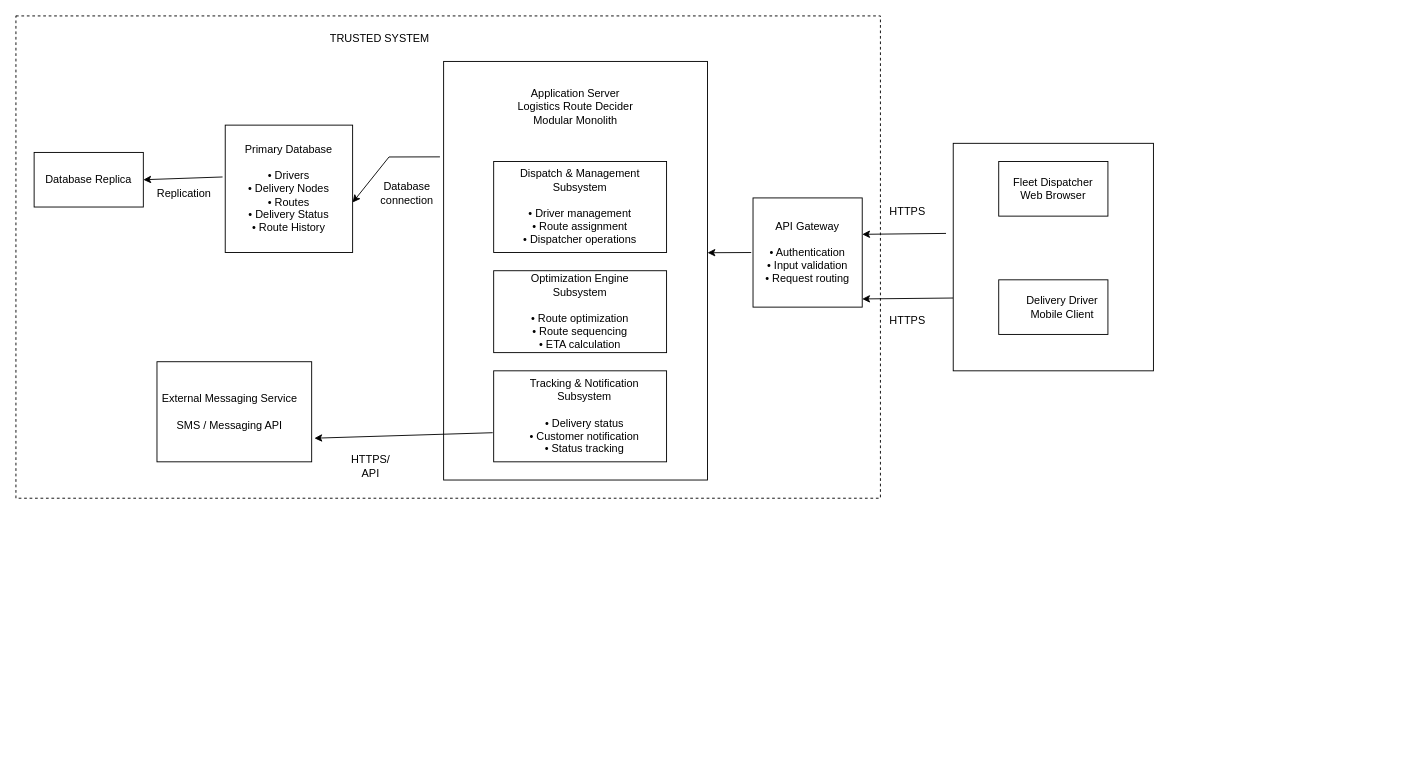
This is models/Deployment.drawio from Geeks4us/Logistics-Route-Decider-System, a draw.io file, before an edit. Source tidied: cells renumbered, new cells numbered last; positions are measured from the earlier drawing's top-left corner, leaving out a move shared by most shapes. Both pictures are drawn from the tidied source at 91%, with x=0, y=0 at pixel (15, 15).
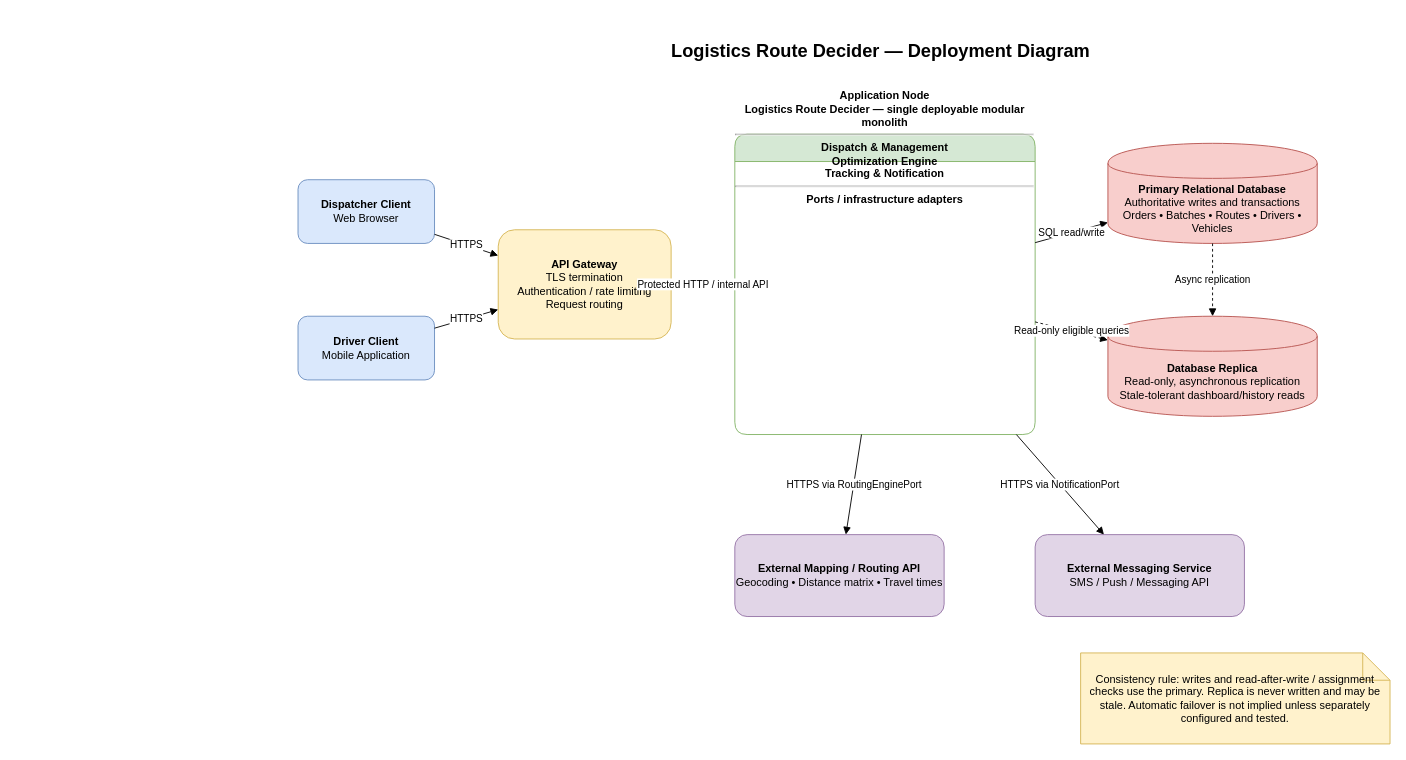
Above is the later version.

Commit message:
Update deployment diagram with API Gateway, database replica and mapping API

Change to the diagram source:
```diff
@@
-    <mxCell id="2" style="rounded=0;whiteSpace=wrap;html=1;" parent="1" vertex="1">
-      <mxGeometry x="470" y="50" width="290" height="460" as="geometry" />
-    </mxCell>
-    <mxCell id="3" value="&lt;div&gt;Application Server&lt;/div&gt;&lt;div&gt;Logistics Route Decider&lt;/div&gt;&lt;div&gt;Modular Monolith&lt;/div&gt;" style="text;html=1;whiteSpace=wrap;strokeColor=none;fillColor=none;align=center;verticalAlign=middle;rounded=0;" parent="1" vertex="1">
-      <mxGeometry x="485" y="60" width="260" height="80" as="geometry" />
-    </mxCell>
-    <mxCell id="4" style="rounded=0;whiteSpace=wrap;html=1;" parent="1" vertex="1">
-      <mxGeometry x="525" y="160" width="190" height="100" as="geometry" />
-    </mxCell>
-    <mxCell id="5" value="&lt;div&gt;Dispatch &amp;amp; Management&lt;/div&gt;&lt;div&gt;Subsystem&lt;/div&gt;&lt;div&gt;&lt;br&gt;&lt;/div&gt;&lt;div&gt;• Driver management&lt;/div&gt;&lt;div&gt;• Route assignment&lt;/div&gt;&lt;div&gt;• Dispatcher operations&lt;/div&gt;" style="text;html=1;whiteSpace=wrap;strokeColor=none;fillColor=none;align=center;verticalAlign=middle;rounded=0;" parent="1" vertex="1">
-      <mxGeometry x="525" y="160" width="190" height="100" as="geometry" />
-    </mxCell>
-    <mxCell id="6" value="&lt;div&gt;Optimization Engine&lt;/div&gt;&lt;div&gt;Subsystem&lt;/div&gt;&lt;div&gt;&lt;br&gt;&lt;/div&gt;&lt;div&gt;• Route optimization&lt;/div&gt;&lt;div&gt;• Route sequencing&lt;/div&gt;&lt;div&gt;• ETA calculation&lt;/div&gt;" style="rounded=0;whiteSpace=wrap;html=1;" parent="1" vertex="1">
-      <mxGeometry x="525" y="280" width="190" height="90" as="geometry" />
-    </mxCell>
-    <mxCell id="7" style="rounded=0;whiteSpace=wrap;html=1;" parent="1" vertex="1">
-      <mxGeometry x="525" y="390" width="190" height="100" as="geometry" />
-    </mxCell>
-    <mxCell id="8" value="&lt;div&gt;Tracking &amp;amp; Notification&lt;/div&gt;&lt;div&gt;Subsystem&lt;/div&gt;&lt;div&gt;&lt;br&gt;&lt;/div&gt;&lt;div&gt;• Delivery status&lt;/div&gt;&lt;div&gt;• Customer notification&lt;/div&gt;&lt;div&gt;• Status tracking&lt;/div&gt;" style="text;html=1;whiteSpace=wrap;strokeColor=none;fillColor=none;align=center;verticalAlign=middle;rounded=0;" parent="1" vertex="1">
-      <mxGeometry x="530" y="380" width="190" height="120" as="geometry" />
-    </mxCell>
-    <mxCell id="9" style="endArrow=none;html=1;rounded=0;startArrow=classic;startFill=1;endFill=0;entryX=-0.036;entryY=0.396;entryDx=0;entryDy=0;entryPerimeter=0;" parent="1" edge="1" target="13">
-      <mxGeometry relative="1" as="geometry">
-        <mxPoint x="930" y="240" as="sourcePoint" />
-      </mxGeometry>
-    </mxCell>
-    <mxCell id="10" value="HTTPS" style="text;html=1;whiteSpace=wrap;strokeColor=none;fillColor=none;align=center;verticalAlign=middle;rounded=0;" parent="1" vertex="1">
-      <mxGeometry x="950" y="200" width="60" height="30" as="geometry" />
-    </mxCell>
-    <mxCell id="11" style="endArrow=none;html=1;rounded=0;entryX=-0.018;entryY=0.636;entryDx=0;entryDy=0;entryPerimeter=0;startArrow=classic;startFill=1;endFill=0;" parent="1" edge="1">
-      <mxGeometry relative="1" as="geometry">
-        <mxPoint x="930" y="311" as="sourcePoint" />
-        <mxPoint x="1030" y="310" as="targetPoint" />
-      </mxGeometry>
-    </mxCell>
-    <mxCell id="12" value="HTTPS" style="text;html=1;whiteSpace=wrap;strokeColor=none;fillColor=none;align=center;verticalAlign=middle;rounded=0;" parent="1" vertex="1">
-      <mxGeometry x="950" y="320" width="60" height="30" as="geometry" />
-    </mxCell>
-    <mxCell id="13" style="rounded=0;whiteSpace=wrap;html=1;" parent="1" vertex="1">
-      <mxGeometry x="1030" y="140" width="220" height="250" as="geometry" />
-    </mxCell>
-    <mxCell id="14" style="rounded=0;whiteSpace=wrap;html=1;" parent="1" vertex="1">
-      <mxGeometry x="1080" y="160" width="120" height="60" as="geometry" />
-    </mxCell>
-    <mxCell id="15" value="&lt;div&gt;Fleet Dispatcher&lt;/div&gt;&lt;div&gt;Web Browser&lt;/div&gt;" style="text;html=1;whiteSpace=wrap;strokeColor=none;fillColor=none;align=center;verticalAlign=middle;rounded=0;" parent="1" vertex="1">
-      <mxGeometry x="1080" y="160" width="120" height="60" as="geometry" />
-    </mxCell>
-    <mxCell id="16" style="rounded=0;whiteSpace=wrap;html=1;" parent="1" vertex="1">
-      <mxGeometry x="1080" y="290" width="120" height="60" as="geometry" />
-    </mxCell>
-    <mxCell id="17" value="&lt;div&gt;Delivery Driver&lt;/div&gt;&lt;div&gt;Mobile Client&lt;/div&gt;" style="text;html=1;whiteSpace=wrap;strokeColor=none;fillColor=none;align=center;verticalAlign=middle;rounded=0;" parent="1" vertex="1">
-      <mxGeometry x="1090" y="290" width="120" height="60" as="geometry" />
-    </mxCell>
-    <mxCell id="18" style="rounded=0;whiteSpace=wrap;html=1;" parent="1" vertex="1">
-      <mxGeometry x="810" y="200" width="120" height="120" as="geometry" />
-    </mxCell>
-    <mxCell id="19" value="&lt;div&gt;API Gateway&lt;/div&gt;&lt;div&gt;&lt;br&gt;&lt;/div&gt;&lt;div&gt;• Authentication&lt;/div&gt;&lt;div&gt;• Input validation&lt;/div&gt;&lt;div&gt;• Request routing&lt;/div&gt;" style="text;html=1;whiteSpace=wrap;strokeColor=none;fillColor=none;align=center;verticalAlign=middle;rounded=0;" parent="1" vertex="1">
-      <mxGeometry x="810" y="200" width="120" height="120" as="geometry" />
-    </mxCell>
-    <mxCell id="20" style="endArrow=classic;html=1;rounded=0;entryX=1;entryY=0.457;entryDx=0;entryDy=0;entryPerimeter=0;" parent="1" edge="1" target="2">
-      <mxGeometry relative="1" as="geometry">
-        <mxPoint x="808" y="260" as="sourcePoint" />
-      </mxGeometry>
-    </mxCell>
-    <mxCell id="21" style="rounded=0;whiteSpace=wrap;html=1;" parent="1" vertex="1">
-      <mxGeometry x="230" y="120" width="140" height="140" as="geometry" />
-    </mxCell>
-    <mxCell id="22" value="Database connection" style="text;html=1;whiteSpace=wrap;strokeColor=none;fillColor=none;align=center;verticalAlign=middle;rounded=0;" parent="1" vertex="1">
-      <mxGeometry x="400" y="180" width="60" height="30" as="geometry" />
-    </mxCell>
-    <mxCell id="23" value="&lt;div&gt;Primary Database&lt;/div&gt;&lt;div&gt;&lt;br&gt;&lt;/div&gt;&lt;div&gt;• Drivers&lt;/div&gt;&lt;div&gt;• Delivery Nodes&lt;/div&gt;&lt;div&gt;• Routes&lt;/div&gt;&lt;div&gt;• Delivery Status&lt;/div&gt;&lt;div&gt;• Route History&lt;/div&gt;" style="text;html=1;whiteSpace=wrap;strokeColor=none;fillColor=none;align=center;verticalAlign=middle;rounded=0;" parent="1" vertex="1">
-      <mxGeometry x="230" y="120" width="140" height="140" as="geometry" />
-    </mxCell>
-    <mxCell id="24" style="rounded=0;whiteSpace=wrap;html=1;" parent="1" vertex="1">
-      <mxGeometry x="20" y="150" width="120" height="60" as="geometry" />
-    </mxCell>
-    <mxCell id="25" value="Database Replica" style="text;html=1;whiteSpace=wrap;strokeColor=none;fillColor=none;align=center;verticalAlign=middle;rounded=0;" parent="1" vertex="1">
-      <mxGeometry x="20" y="150" width="120" height="60" as="geometry" />
-    </mxCell>
-    <mxCell id="26" value="Replication" style="text;html=1;whiteSpace=wrap;strokeColor=none;fillColor=none;align=center;verticalAlign=middle;rounded=0;" parent="1" vertex="1">
-      <mxGeometry x="155" y="180" width="60" height="30" as="geometry" />
-    </mxCell>
-    <mxCell id="27" style="edgeStyle=orthogonalEdgeStyle;rounded=0;orthogonalLoop=1;jettySize=auto;html=1;innerLoopWaypoints=1;exitX=0.5;exitY=1;exitDx=0;exitDy=0;" parent="1" edge="1" source="26" target="26">
-      <mxGeometry relative="1" as="geometry" />
-    </mxCell>
-    <mxCell id="28" style="rounded=0;whiteSpace=wrap;html=1;" parent="1" vertex="1">
-      <mxGeometry x="155" y="380" width="170" height="110" as="geometry" />
-    </mxCell>
-    <mxCell id="29" value="&lt;div&gt;External Messaging Service&lt;/div&gt;&lt;div&gt;&lt;br&gt;&lt;/div&gt;&lt;div&gt;SMS / Messaging API&lt;/div&gt;" style="text;html=1;whiteSpace=wrap;strokeColor=none;fillColor=none;align=center;verticalAlign=middle;rounded=0;" parent="1" vertex="1">
-      <mxGeometry x="150" y="380" width="170" height="110" as="geometry" />
-    </mxCell>
-    <mxCell id="30" style="endArrow=none;html=1;rounded=0;startArrow=classic;startFill=1;endFill=0;entryX=-0.021;entryY=0.407;entryDx=0;entryDy=0;entryPerimeter=0;" parent="1" edge="1" target="23">
-      <mxGeometry relative="1" as="geometry">
-        <mxPoint x="140" y="180" as="sourcePoint" />
-      </mxGeometry>
-    </mxCell>
-    <mxCell id="31" style="endArrow=none;html=1;rounded=0;startArrow=classic;startFill=1;endFill=0;exitX=1.047;exitY=0.764;exitDx=0;exitDy=0;entryX=-0.032;entryY=0.65;entryDx=0;entryDy=0;entryPerimeter=0;exitPerimeter=0;" parent="1" edge="1" source="29" target="8">
-      <mxGeometry relative="1" as="geometry" />
-    </mxCell>
-    <mxCell id="32" value="HTTPS/ API" style="text;html=1;whiteSpace=wrap;strokeColor=none;fillColor=none;align=center;verticalAlign=middle;rounded=0;" parent="1" vertex="1">
-      <mxGeometry x="360" y="480" width="60" height="30" as="geometry" />
-    </mxCell>
-    <mxCell id="33" style="endArrow=none;html=1;rounded=0;startArrow=classic;startFill=1;endFill=0;entryX=-0.014;entryY=0.228;entryDx=0;entryDy=0;entryPerimeter=0;" parent="1" edge="1" target="2">
-      <mxGeometry x="-0.38" relative="1" as="geometry">
-        <mxPoint x="370" y="205" as="sourcePoint" />
-        <Array as="points">
-          <mxPoint x="410" y="155" />
-        </Array>
-      </mxGeometry>
-    </mxCell>
-    <mxCell id="34" style="dashed;rounded=0;whiteSpace=wrap;html=1;fillColor=none;dashed=1;" parent="1" vertex="1">
-      <mxGeometry width="950" height="530" as="geometry" />
-    </mxCell>
-    <mxCell id="35" value="TRUSTED SYSTEM" style="text;html=1;whiteSpace=wrap;strokeColor=none;fillColor=none;align=center;verticalAlign=middle;rounded=0;" parent="1" vertex="1">
-      <mxGeometry x="340" y="10" width="120" height="30" as="geometry" />
-    </mxCell>
+    <mxCell id="36" value="Logistics Route Decider — Deployment Diagram" style="text;html=1;align=center;fontSize=20;fontStyle=1;strokeColor=none;fillColor=none;" parent="1" vertex="1">
+      <mxGeometry x="650" y="20" width="600" height="40" as="geometry" />
+    </mxCell>
+    <mxCell id="37" value="&lt;b&gt;Dispatcher Client&lt;/b&gt;&lt;br&gt;Web Browser" style="rounded=1;whiteSpace=wrap;html=1;fillColor=#dae8fc;strokeColor=#6c8ebf;" parent="1" vertex="1">
+      <mxGeometry x="310" y="180" width="150" height="70" as="geometry" />
+    </mxCell>
+    <mxCell id="38" value="&lt;b&gt;Driver Client&lt;/b&gt;&lt;br&gt;Mobile Application" style="rounded=1;whiteSpace=wrap;html=1;fillColor=#dae8fc;strokeColor=#6c8ebf;" parent="1" vertex="1">
+      <mxGeometry x="310" y="330" width="150" height="70" as="geometry" />
+    </mxCell>
+    <mxCell id="39" value="&lt;b&gt;API Gateway&lt;/b&gt;&lt;br&gt;TLS termination&lt;br&gt;Authentication / rate limiting&lt;br&gt;Request routing" style="rounded=1;whiteSpace=wrap;html=1;fillColor=#fff2cc;strokeColor=#d6b656;" parent="1" vertex="1">
+      <mxGeometry x="530" y="235" width="190" height="120" as="geometry" />
+    </mxCell>
+    <mxCell id="40" value="&lt;b&gt;Application Node&lt;/b&gt;&lt;br&gt;Logistics Route Decider — single deployable modular monolith&lt;br&gt;&lt;hr&gt;Dispatch &amp;amp; Management&lt;br&gt;Optimization Engine&lt;br&gt;Tracking &amp;amp; Notification&lt;br&gt;&lt;hr&gt;Ports / infrastructure adapters" style="swimlane;html=1;rounded=1;whiteSpace=wrap;startSize=30;fillColor=#d5e8d4;strokeColor=#82b366;" parent="1" vertex="1">
+      <mxGeometry x="790" y="130" width="330" height="330" as="geometry" />
+    </mxCell>
+    <mxCell id="41" value="&lt;b&gt;Primary Relational Database&lt;/b&gt;&lt;br&gt;Authoritative writes and transactions&lt;br&gt;Orders • Batches • Routes • Drivers • Vehicles" style="shape=cylinder;whiteSpace=wrap;html=1;boundedLbl=1;fillColor=#f8cecc;strokeColor=#b85450;" parent="1" vertex="1">
+      <mxGeometry x="1200" y="140" width="230" height="110" as="geometry" />
+    </mxCell>
+    <mxCell id="42" value="&lt;b&gt;Database Replica&lt;/b&gt;&lt;br&gt;Read-only, asynchronous replication&lt;br&gt;Stale-tolerant dashboard/history reads" style="shape=cylinder;whiteSpace=wrap;html=1;boundedLbl=1;fillColor=#f8cecc;strokeColor=#b85450;" parent="1" vertex="1">
+      <mxGeometry x="1200" y="330" width="230" height="110" as="geometry" />
+    </mxCell>
+    <mxCell id="43" value="&lt;b&gt;External Mapping / Routing API&lt;/b&gt;&lt;br&gt;Geocoding • Distance matrix • Travel times" style="rounded=1;whiteSpace=wrap;html=1;fillColor=#e1d5e7;strokeColor=#9673a6;" parent="1" vertex="1">
+      <mxGeometry x="790" y="570" width="230" height="90" as="geometry" />
+    </mxCell>
+    <mxCell id="44" value="&lt;b&gt;External Messaging Service&lt;/b&gt;&lt;br&gt;SMS / Push / Messaging API" style="rounded=1;whiteSpace=wrap;html=1;fillColor=#e1d5e7;strokeColor=#9673a6;" parent="1" vertex="1">
+      <mxGeometry x="1120" y="570" width="230" height="90" as="geometry" />
+    </mxCell>
+    <mxCell id="45" value="HTTPS" style="endArrow=block;html=1;rounded=0;" parent="1" edge="1" source="37" target="39">
+      <mxGeometry relative="1" as="geometry" />
+    </mxCell>
+    <mxCell id="46" value="HTTPS" style="endArrow=block;html=1;rounded=0;" parent="1" edge="1" source="38" target="39">
+      <mxGeometry relative="1" as="geometry" />
+    </mxCell>
+    <mxCell id="47" value="Protected HTTP / internal API" style="endArrow=block;html=1;rounded=0;" parent="1" edge="1" source="39" target="40">
+      <mxGeometry relative="1" as="geometry" />
+    </mxCell>
+    <mxCell id="48" value="SQL read/write" style="endArrow=block;html=1;rounded=0;" parent="1" edge="1" source="40" target="41">
+      <mxGeometry relative="1" as="geometry" />
+    </mxCell>
+    <mxCell id="49" value="Async replication" style="endArrow=block;html=1;rounded=0;dashed=1;" parent="1" edge="1" source="41" target="42">
+      <mxGeometry relative="1" as="geometry" />
+    </mxCell>
+    <mxCell id="50" value="Read-only eligible queries" style="endArrow=block;html=1;rounded=0;dashed=1;" parent="1" edge="1" source="40" target="42">
+      <mxGeometry relative="1" as="geometry" />
+    </mxCell>
+    <mxCell id="51" value="HTTPS via RoutingEnginePort" style="endArrow=block;html=1;rounded=0;" parent="1" edge="1" source="40" target="43">
+      <mxGeometry relative="1" as="geometry" />
+    </mxCell>
+    <mxCell id="52" value="HTTPS via NotificationPort" style="endArrow=block;html=1;rounded=0;" parent="1" edge="1" source="40" target="44">
+      <mxGeometry relative="1" as="geometry" />
+    </mxCell>
+    <mxCell id="53" value="Consistency rule: writes and read-after-write / assignment checks use the primary. Replica is never written and may be stale. Automatic failover is not implied unless separately configured and tested." style="shape=note;whiteSpace=wrap;html=1;fillColor=#fff2cc;strokeColor=#d6b656;" parent="1" vertex="1">
+      <mxGeometry x="1170" y="700" width="340" height="100" as="geometry" />
+    </mxCell>
```
